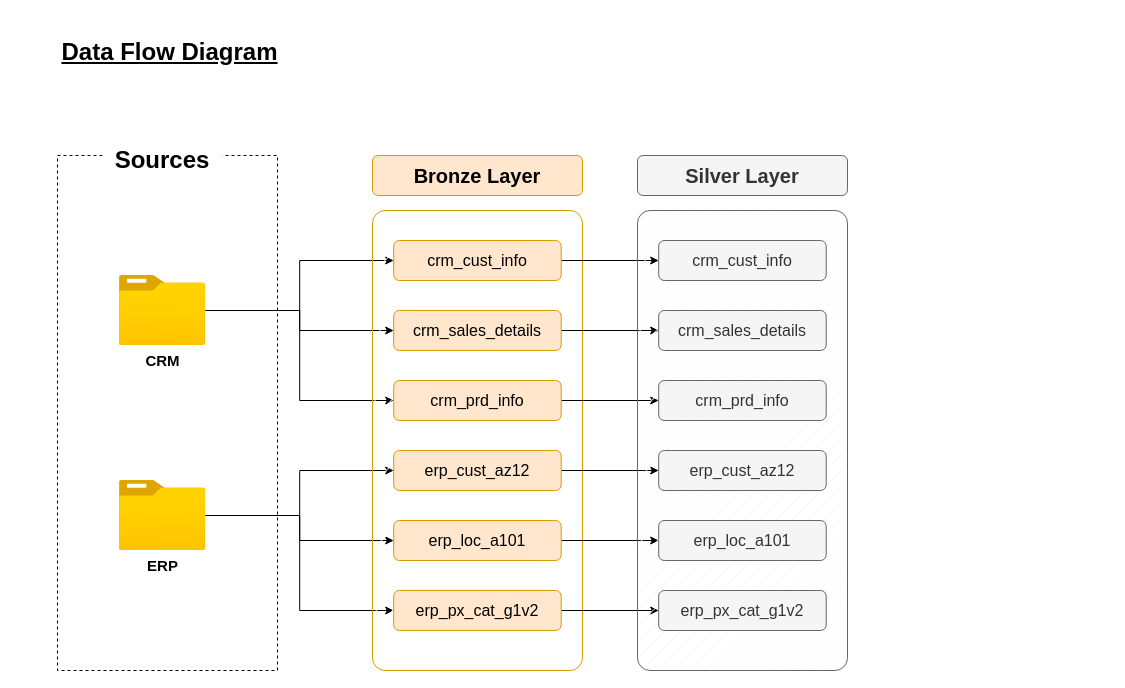
Earlier version of the draw.io diagram docs/drawio files/data_flow.drawio (ShehrazSarwar/SQL-Data-Warehouse-Project). Source tidied: cells renumbered, new cells numbered last; positions are measured from the earlier drawing's top-left corner, leaving out a move shared by most shapes. Both pictures are drawn from the tidied source at 100%, with x=0, y=0 at pixel (17, 27).
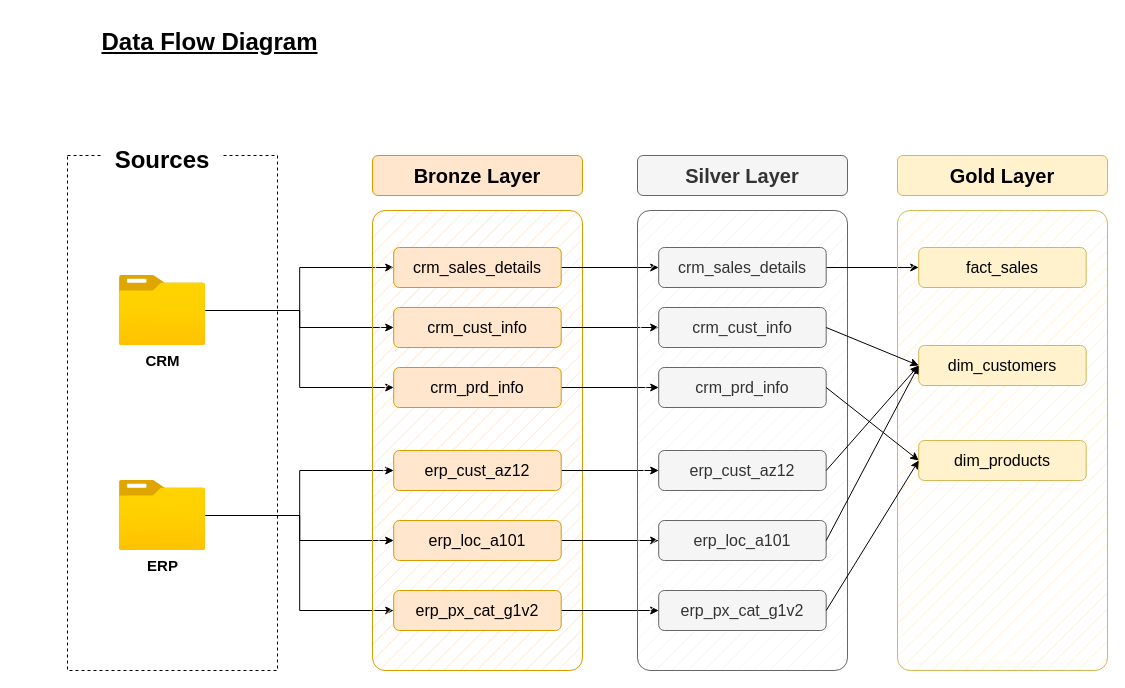
Above is the later version.

The change refers to these unchanged cells:
```xml
<mxCell id="32" value="erp_cust_az12" style="rounded=1;whiteSpace=wrap;html=1;fontStyle=0;fontSize=16;fillColor=#f5f5f5;strokeColor=#666666;arcSize=14;fontColor=#333333;" parent="1" vertex="1">
  <mxGeometry x="641.2" y="423" width="167.5" height="40" as="geometry" />
</mxCell>
<mxCell id="33" value="erp_px_cat_g1v2" style="rounded=1;whiteSpace=wrap;html=1;fontStyle=0;fontSize=16;fillColor=#f5f5f5;strokeColor=#666666;arcSize=14;fontColor=#333333;" parent="1" vertex="1">
  <mxGeometry x="641.2" y="563" width="167.5" height="40" as="geometry" />
</mxCell>
<mxCell id="34" value="erp_loc_a101" style="rounded=1;whiteSpace=wrap;html=1;fontStyle=0;fontSize=16;fillColor=#f5f5f5;strokeColor=#666666;arcSize=14;fontColor=#333333;" parent="1" vertex="1">
  <mxGeometry x="641.2" y="493" width="167.5" height="40" as="geometry" />
</mxCell>
```

What changed in the source:
```diff
@@
     <mxCell id="2" style="rounded=0;whiteSpace=wrap;html=1;dashed=1;fillColor=none;" parent="1" vertex="1">
-      <mxGeometry x="40" y="128" width="220" height="515" as="geometry" />
+      <mxGeometry x="50" y="128" width="210" height="515" as="geometry" />
     </mxCell>
@@
     <mxCell id="4" value="Data Flow Diagram" style="rounded=1;whiteSpace=wrap;html=1;fontSize=24;strokeColor=none;fontStyle=5;fillColor=none;" parent="1" vertex="1">
-      <mxGeometry width="305" height="50" as="geometry" />
+      <mxGeometry x="40" y="-10" width="305" height="50" as="geometry" />
     </mxCell>
@@
-    <mxCell id="13" style="rounded=1;whiteSpace=wrap;html=1;fillStyle=hatch;fillColor=default;strokeColor=#d79b00;arcSize=6;" parent="1" vertex="1">
+    <mxCell id="13" style="rounded=1;whiteSpace=wrap;html=1;fillStyle=hatch;fillColor=#ffe6cc;strokeColor=#d79b00;arcSize=6;" parent="1" vertex="1">
       <mxGeometry x="355" y="183" width="210" height="460" as="geometry" />
     </mxCell>
@@
     <mxCell id="16" value="crm_cust_info" style="rounded=1;whiteSpace=wrap;html=1;fontStyle=0;fontSize=16;fillColor=#ffe6cc;strokeColor=#d79b00;arcSize=14;" parent="1" vertex="1">
-      <mxGeometry x="376.2" y="213" width="167.5" height="40" as="geometry" />
+      <mxGeometry x="376.2" y="280" width="167.5" height="40" as="geometry" />
     </mxCell>
@@
     <mxCell id="18" value="crm_sales_details" style="rounded=1;whiteSpace=wrap;html=1;fontStyle=0;fontSize=16;fillColor=#ffe6cc;strokeColor=#d79b00;arcSize=14;" parent="1" vertex="1">
-      <mxGeometry x="376.2" y="283" width="167.5" height="40" as="geometry" />
+      <mxGeometry x="376.2" y="220" width="167.5" height="40" as="geometry" />
     </mxCell>
@@
     <mxCell id="20" value="crm_prd_info" style="rounded=1;whiteSpace=wrap;html=1;fontStyle=0;fontSize=16;fillColor=#ffe6cc;strokeColor=#d79b00;arcSize=14;" parent="1" vertex="1">
-      <mxGeometry x="376.2" y="353" width="167.5" height="40" as="geometry" />
+      <mxGeometry x="376.2" y="340" width="167.5" height="40" as="geometry" />
     </mxCell>
@@
     <mxCell id="29" value="crm_cust_info" style="rounded=1;whiteSpace=wrap;html=1;fontStyle=0;fontSize=16;fillColor=#f5f5f5;strokeColor=#666666;arcSize=14;fontColor=#333333;" parent="1" vertex="1">
-      <mxGeometry x="641.2" y="213" width="167.5" height="40" as="geometry" />
+      <mxGeometry x="641.2" y="280" width="167.5" height="40" as="geometry" />
     </mxCell>
+    <mxCell id="35" style="edgeStyle=orthogonalEdgeStyle;rounded=0;jettySize=auto;html=1;entryX=0;entryY=0.5;entryDx=0;entryDy=0;" parent="1" edge="1" source="30" target="40">
+      <mxGeometry relative="1" as="geometry" />
+    </mxCell>
     <mxCell id="30" value="crm_sales_details" style="rounded=1;whiteSpace=wrap;html=1;fontStyle=0;fontSize=16;fillColor=#f5f5f5;strokeColor=#666666;arcSize=14;fontColor=#333333;" parent="1" vertex="1">
-      <mxGeometry x="641.2" y="283" width="167.5" height="40" as="geometry" />
+      <mxGeometry x="641.2" y="220" width="167.5" height="40" as="geometry" />
     </mxCell>
     <mxCell id="31" value="crm_prd_info" style="rounded=1;whiteSpace=wrap;html=1;fontStyle=0;fontSize=16;fillColor=#f5f5f5;strokeColor=#666666;arcSize=14;fontColor=#333333;" parent="1" vertex="1">
-      <mxGeometry x="641.2" y="353" width="167.5" height="40" as="geometry" />
+      <mxGeometry x="641.2" y="340" width="167.5" height="40" as="geometry" />
     </mxCell>
@@
+    <mxCell id="36" style="rounded=1;whiteSpace=wrap;html=1;fillStyle=hatch;fillColor=#fff2cc;strokeColor=#d6b656;arcSize=6;" parent="1" vertex="1">
+      <mxGeometry x="880" y="183" width="210" height="460" as="geometry" />
+    </mxCell>
+    <mxCell id="37" value="Gold Layer" style="rounded=1;whiteSpace=wrap;html=1;fontStyle=1;fontSize=20;fillColor=#fff2cc;strokeColor=#d6b656;arcSize=14;" parent="1" vertex="1">
+      <mxGeometry x="880" y="128" width="210" height="40" as="geometry" />
+    </mxCell>
+    <mxCell id="38" value="dim_customers" style="rounded=1;whiteSpace=wrap;html=1;fontStyle=0;fontSize=16;fillColor=#fff2cc;strokeColor=#d6b656;arcSize=14;" parent="1" vertex="1">
+      <mxGeometry x="901.2" y="318" width="167.5" height="40" as="geometry" />
+    </mxCell>
+    <mxCell id="39" value="dim_products" style="rounded=1;whiteSpace=wrap;html=1;fontStyle=0;fontSize=16;fillColor=#fff2cc;strokeColor=#d6b656;arcSize=14;" parent="1" vertex="1">
+      <mxGeometry x="901.2" y="413" width="167.5" height="40" as="geometry" />
+    </mxCell>
+    <mxCell id="40" value="fact_sales" style="rounded=1;whiteSpace=wrap;html=1;fontStyle=0;fontSize=16;fillColor=#fff2cc;strokeColor=#d6b656;arcSize=14;" parent="1" vertex="1">
+      <mxGeometry x="901.2" y="220" width="167.5" height="40" as="geometry" />
+    </mxCell>
+    <mxCell id="41" style="endArrow=classic;html=1;rounded=0;exitX=1;exitY=0.5;exitDx=0;exitDy=0;entryX=0;entryY=0.5;entryDx=0;entryDy=0;" parent="1" edge="1" source="29" target="38">
+      <mxGeometry relative="1" as="geometry" />
+    </mxCell>
+    <mxCell id="42" style="endArrow=classic;html=1;rounded=0;entryX=0;entryY=0.5;entryDx=0;entryDy=0;exitX=1;exitY=0.5;exitDx=0;exitDy=0;" parent="1" edge="1" source="32" target="38">
+      <mxGeometry relative="1" as="geometry" />
+    </mxCell>
+    <mxCell id="43" style="endArrow=classic;html=1;rounded=0;exitX=1;exitY=0.5;exitDx=0;exitDy=0;entryX=0;entryY=0.5;entryDx=0;entryDy=0;" parent="1" edge="1" source="33" target="39">
+      <mxGeometry relative="1" as="geometry" />
+    </mxCell>
+    <mxCell id="44" style="endArrow=classic;html=1;rounded=0;exitX=1;exitY=0.5;exitDx=0;exitDy=0;entryX=0;entryY=0.5;entryDx=0;entryDy=0;" parent="1" edge="1" source="34" target="38">
+      <mxGeometry relative="1" as="geometry" />
+    </mxCell>
+    <mxCell id="45" style="endArrow=classic;html=1;rounded=0;exitX=1;exitY=0.5;exitDx=0;exitDy=0;entryX=0;entryY=0.5;entryDx=0;entryDy=0;" parent="1" edge="1" source="31" target="39">
+      <mxGeometry relative="1" as="geometry" />
+    </mxCell>
```
